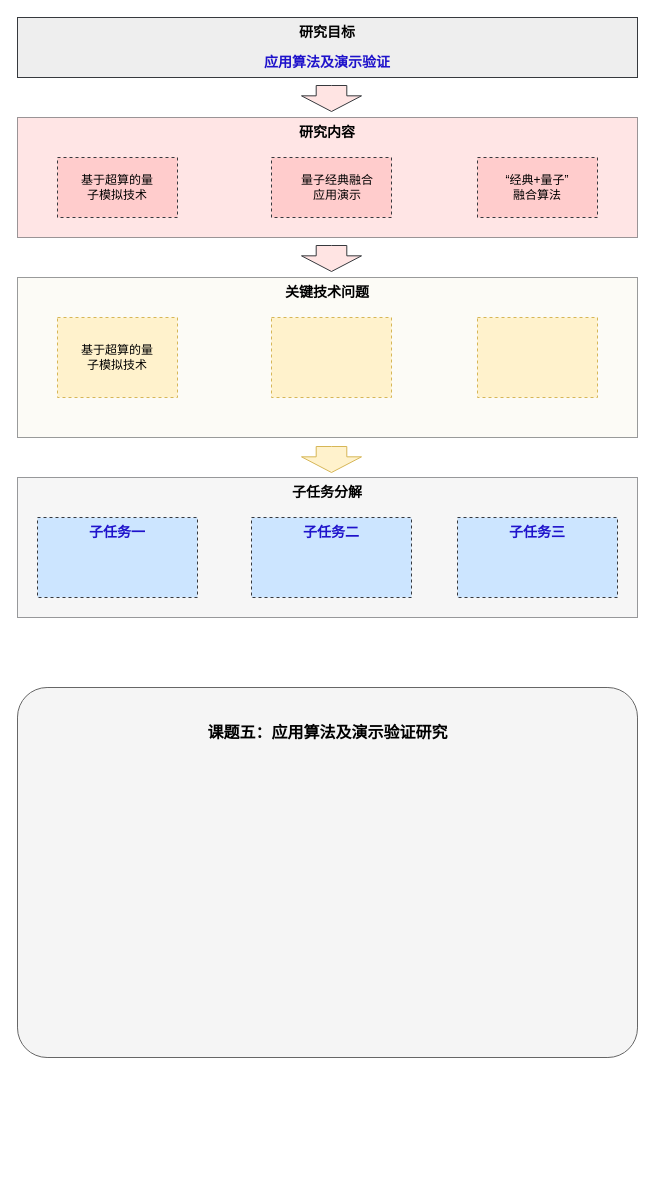
Earlier version of the draw.io diagram 应用算法和演示验证（复旦）.drawio (zhaohuiyang-yzh/quantum_simulation). Source tidied: cells renumbered, new cells numbered last; positions are measured from the earlier drawing's top-left corner, leaving out a move shared by most shapes. Both pictures are drawn from the tidied source at 100%, with x=0, y=0 at pixel (17, 17).
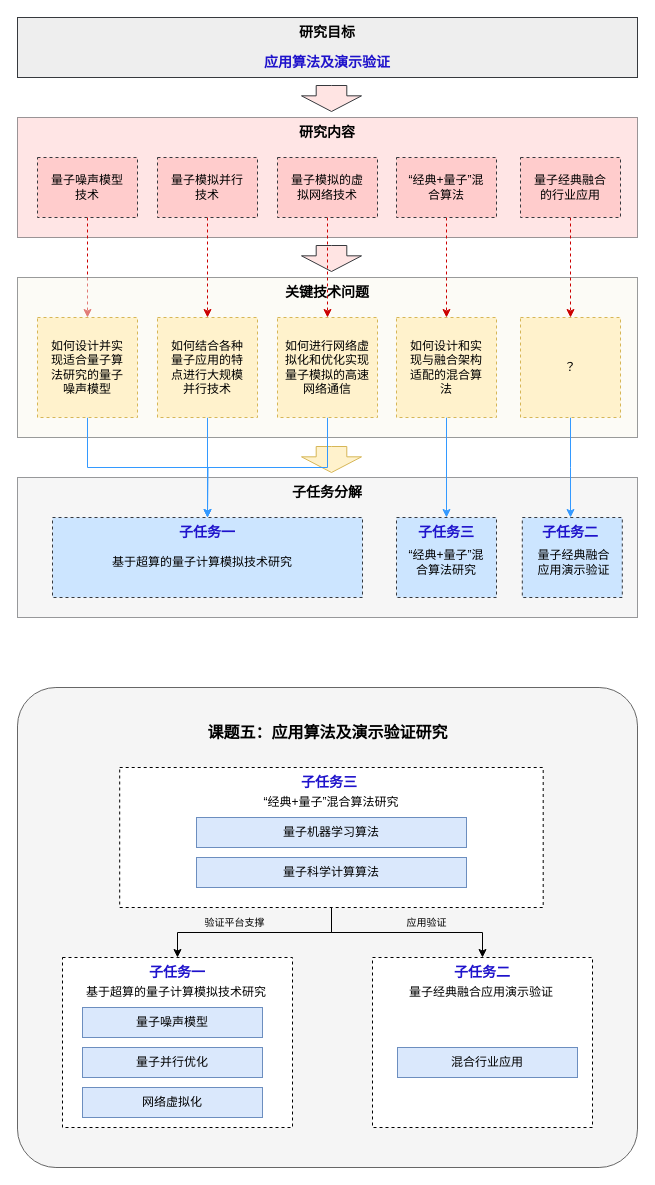
The same page after the edit.

Commit message (it also covers changes not shown here):
更新应用算法和演示验证（复旦）.drawio

Change to the diagram source:
```diff
@@
+    <mxCell id="32" style="edgeStyle=orthogonalEdgeStyle;rounded=0;jettySize=auto;html=1;entryX=0.5;entryY=0;entryDx=0;entryDy=0;dashed=1;strokeColor=#CC0000;" parent="1" edge="1" source="7" target="16">
+      <mxGeometry relative="1" as="geometry" />
+    </mxCell>
     <mxCell id="7" style="rounded=0;whiteSpace=wrap;html=1;dashed=1;fillColor=#ffcccc;strokeColor=#36393d;" parent="1" vertex="1">
-      <mxGeometry x="40" y="140" width="120" height="60" as="geometry" />
+      <mxGeometry x="20" y="140" width="100" height="60" as="geometry" />
     </mxCell>
-    <mxCell id="8" style="rounded=0;whiteSpace=wrap;html=1;dashed=1;fillColor=#ffcccc;strokeColor=#36393d;" parent="1" vertex="1">
-      <mxGeometry x="254" y="140" width="120" height="60" as="geometry" />
-    </mxCell>
-    <mxCell id="9" style="rounded=0;whiteSpace=wrap;html=1;dashed=1;fillColor=#ffcccc;strokeColor=#36393d;" parent="1" vertex="1">
-      <mxGeometry x="460" y="140" width="120" height="60" as="geometry" />
-    </mxCell>
-    <mxCell id="10" value="基于超算的量子模拟技术" style="text;html=1;align=center;verticalAlign=middle;whiteSpace=wrap;rounded=0;" parent="1" vertex="1">
-      <mxGeometry x="60" y="155" width="80" height="30" as="geometry" />
+    <mxCell id="10" value="量子噪声模型技术" style="text;html=1;align=center;verticalAlign=middle;whiteSpace=wrap;rounded=0;" parent="1" vertex="1">
+      <mxGeometry x="30" y="155" width="80" height="30" as="geometry" />
     </mxCell>
-    <mxCell id="11" value="量子经典融合应用演示" style="text;html=1;align=center;verticalAlign=middle;whiteSpace=wrap;rounded=0;" parent="1" vertex="1">
-      <mxGeometry x="280" y="155" width="80" height="30" as="geometry" />
-    </mxCell>
-    <mxCell id="12" value="“经典+量子” 融合算法" style="text;html=1;align=center;verticalAlign=middle;whiteSpace=wrap;rounded=0;" parent="1" vertex="1">
-      <mxGeometry x="480" y="155" width="80" height="30" as="geometry" />
-    </mxCell>
@@
+    <mxCell id="33" style="edgeStyle=orthogonalEdgeStyle;rounded=0;jettySize=auto;html=1;exitX=0.5;exitY=1;exitDx=0;exitDy=0;strokeColor=#3399FF;" parent="1" edge="1" source="16" target="27">
+      <mxGeometry relative="1" as="geometry" />
+    </mxCell>
     <mxCell id="16" style="rounded=0;whiteSpace=wrap;html=1;fillColor=#fff2cc;strokeColor=#d6b656;dashed=1;" parent="1" vertex="1">
-      <mxGeometry x="40" y="300" width="120" height="80" as="geometry" />
+      <mxGeometry x="20" y="300" width="100" height="100" as="geometry" />
     </mxCell>
-    <mxCell id="17" style="rounded=0;whiteSpace=wrap;html=1;fillColor=#fff2cc;strokeColor=#d6b656;dashed=1;" parent="1" vertex="1">
-      <mxGeometry x="254" y="300" width="120" height="80" as="geometry" />
-    </mxCell>
-    <mxCell id="18" style="rounded=0;whiteSpace=wrap;html=1;fillColor=#fff2cc;strokeColor=#d6b656;dashed=1;" parent="1" vertex="1">
-      <mxGeometry x="460" y="300" width="120" height="80" as="geometry" />
-    </mxCell>
@@
     <mxCell id="23" style="rounded=0;whiteSpace=wrap;html=1;fillColor=#cce5ff;strokeColor=#36393d;dashed=1;" parent="1" vertex="1">
-      <mxGeometry x="20" y="500" width="160" height="80" as="geometry" />
+      <mxGeometry x="35" y="500" width="310" height="80" as="geometry" />
     </mxCell>
     <mxCell id="24" style="rounded=0;whiteSpace=wrap;html=1;fillColor=#cce5ff;strokeColor=#36393d;dashed=1;" parent="1" vertex="1">
-      <mxGeometry x="234" y="500" width="160" height="80" as="geometry" />
+      <mxGeometry x="504.8" y="500" width="100" height="80" as="geometry" />
     </mxCell>
     <mxCell id="25" style="rounded=0;whiteSpace=wrap;html=1;fillColor=#cce5ff;strokeColor=#36393d;dashed=1;" parent="1" vertex="1">
-      <mxGeometry x="440" y="500" width="160" height="80" as="geometry" />
+      <mxGeometry x="379" y="500" width="100" height="80" as="geometry" />
     </mxCell>
-    <mxCell id="26" value="基于超算的量子模拟技术" style="text;html=1;align=center;verticalAlign=middle;whiteSpace=wrap;rounded=0;" parent="1" vertex="1">
-      <mxGeometry x="60" y="325" width="80" height="30" as="geometry" />
-    </mxCell>
     <mxCell id="27" value="&lt;span style=&quot;font-size: 14px;&quot;&gt;&lt;b&gt;&lt;font color=&quot;#1e12cb&quot;&gt;子任务一&lt;/font&gt;&lt;/b&gt;&lt;/span&gt;" style="text;html=1;align=center;verticalAlign=middle;whiteSpace=wrap;rounded=0;" parent="1" vertex="1">
-      <mxGeometry x="35" y="500" width="130" height="30" as="geometry" />
+      <mxGeometry x="125" y="500" width="130" height="30" as="geometry" />
     </mxCell>
     <mxCell id="28" value="&lt;span style=&quot;font-size: 14px;&quot;&gt;&lt;b&gt;&lt;font color=&quot;#1e12cb&quot;&gt;子任务二&lt;/font&gt;&lt;/b&gt;&lt;/span&gt;" style="text;html=1;align=center;verticalAlign=middle;whiteSpace=wrap;rounded=0;" parent="1" vertex="1">
-      <mxGeometry x="249" y="500" width="130" height="30" as="geometry" />
+      <mxGeometry x="491.2" y="500" width="123.5" height="30" as="geometry" />
     </mxCell>
     <mxCell id="29" value="&lt;span style=&quot;font-size: 14px;&quot;&gt;&lt;b&gt;&lt;font color=&quot;#1e12cb&quot;&gt;子任务三&lt;/font&gt;&lt;/b&gt;&lt;/span&gt;" style="text;html=1;align=center;verticalAlign=middle;whiteSpace=wrap;rounded=0;" parent="1" vertex="1">
-      <mxGeometry x="455" y="500" width="130" height="30" as="geometry" />
+      <mxGeometry x="364" y="500" width="130" height="30" as="geometry" />
     </mxCell>
     <mxCell id="30" style="rounded=1;whiteSpace=wrap;html=1;arcSize=8;fillColor=#f5f5f5;fontColor=#333333;strokeColor=#666666;" parent="1" vertex="1">
-      <mxGeometry y="670" width="620" height="370" as="geometry" />
+      <mxGeometry y="670" width="620" height="480" as="geometry" />
     </mxCell>
@@
+    <mxCell id="34" style="edgeStyle=orthogonalEdgeStyle;rounded=0;jettySize=auto;html=1;" parent="1" edge="1" source="36" target="41">
+      <mxGeometry relative="1" as="geometry" />
+    </mxCell>
+    <mxCell id="35" style="edgeStyle=orthogonalEdgeStyle;rounded=0;jettySize=auto;html=1;" parent="1" edge="1" source="36" target="40">
+      <mxGeometry relative="1" as="geometry" />
+    </mxCell>
+    <mxCell id="36" style="rounded=0;whiteSpace=wrap;html=1;dashed=1;" parent="1" vertex="1">
+      <mxGeometry x="102.2" y="750" width="423.5" height="140" as="geometry" />
+    </mxCell>
+    <mxCell id="37" style="rounded=0;whiteSpace=wrap;html=1;dashed=1;" parent="1" vertex="1">
+      <mxGeometry x="45" y="940" width="230" height="170" as="geometry" />
+    </mxCell>
+    <mxCell id="38" style="rounded=0;whiteSpace=wrap;html=1;dashed=1;" parent="1" vertex="1">
+      <mxGeometry x="355" y="940" width="220" height="170" as="geometry" />
+    </mxCell>
+    <mxCell id="39" value="&lt;span style=&quot;font-size: 14px;&quot;&gt;&lt;b&gt;&lt;font color=&quot;#1e12cb&quot;&gt;子任务三&lt;/font&gt;&lt;/b&gt;&lt;/span&gt;" style="text;html=1;align=center;verticalAlign=middle;whiteSpace=wrap;rounded=0;" parent="1" vertex="1">
+      <mxGeometry x="247.2" y="750" width="130" height="30" as="geometry" />
+    </mxCell>
+    <mxCell id="40" value="&lt;span style=&quot;font-size: 14px;&quot;&gt;&lt;b&gt;&lt;font color=&quot;#1e12cb&quot;&gt;子任务二&lt;/font&gt;&lt;/b&gt;&lt;/span&gt;" style="text;html=1;align=center;verticalAlign=middle;whiteSpace=wrap;rounded=0;" parent="1" vertex="1">
+      <mxGeometry x="400" y="940" width="130" height="30" as="geometry" />
+    </mxCell>
+    <mxCell id="41" value="&lt;span style=&quot;font-size: 14px;&quot;&gt;&lt;b&gt;&lt;font color=&quot;#1e12cb&quot;&gt;子任务一&lt;/font&gt;&lt;/b&gt;&lt;/span&gt;" style="text;html=1;align=center;verticalAlign=middle;whiteSpace=wrap;rounded=0;" parent="1" vertex="1">
+      <mxGeometry x="95" y="940" width="130" height="30" as="geometry" />
+    </mxCell>
+    <mxCell id="42" value="量子机器学习算法" style="rounded=0;whiteSpace=wrap;html=1;fillColor=#dae8fc;strokeColor=#6c8ebf;" parent="1" vertex="1">
+      <mxGeometry x="179" y="800" width="270" height="30" as="geometry" />
+    </mxCell>
+    <mxCell id="43" value="量子噪声模型" style="rounded=0;whiteSpace=wrap;html=1;fillColor=#dae8fc;strokeColor=#6c8ebf;" parent="1" vertex="1">
+      <mxGeometry x="65" y="990" width="180" height="30" as="geometry" />
+    </mxCell>
+    <mxCell id="44" value="量子并行优化" style="rounded=0;whiteSpace=wrap;html=1;fillColor=#dae8fc;strokeColor=#6c8ebf;" parent="1" vertex="1">
+      <mxGeometry x="65" y="1030" width="180" height="30" as="geometry" />
+    </mxCell>
+    <mxCell id="45" value="&lt;span style=&quot;font-weight: normal;&quot;&gt;网络虚拟化&lt;/span&gt;" style="rounded=0;whiteSpace=wrap;html=1;fontStyle=1;fillColor=#dae8fc;strokeColor=#6c8ebf;" parent="1" vertex="1">
+      <mxGeometry x="65" y="1070" width="180" height="30" as="geometry" />
+    </mxCell>
+    <mxCell id="46" value="“经典+量子”混合算法研究" style="text;html=1;align=center;verticalAlign=middle;whiteSpace=wrap;rounded=0;" parent="1" vertex="1">
+      <mxGeometry x="229" y="770" width="170" height="30" as="geometry" />
+    </mxCell>
+    <mxCell id="47" value="基于超算的量子计算模拟技术研究" style="text;html=1;align=center;verticalAlign=middle;whiteSpace=wrap;rounded=0;" parent="1" vertex="1">
+      <mxGeometry x="64" y="960" width="190" height="30" as="geometry" />
+    </mxCell>
+    <mxCell id="48" value="量子经典融合应用演示验证" style="text;html=1;align=center;verticalAlign=middle;whiteSpace=wrap;rounded=0;" parent="1" vertex="1">
+      <mxGeometry x="369" y="960" width="190" height="30" as="geometry" />
+    </mxCell>
+    <mxCell id="49" value="如何设计并实现适合量子算法研究的量子噪声模型" style="text;html=1;align=center;verticalAlign=middle;whiteSpace=wrap;rounded=0;" parent="1" vertex="1">
+      <mxGeometry x="30" y="317.5" width="80" height="65" as="geometry" />
+    </mxCell>
+    <mxCell id="50" style="edgeStyle=orthogonalEdgeStyle;rounded=0;jettySize=auto;html=1;exitX=0.5;exitY=1;exitDx=0;exitDy=0;entryX=0.5;entryY=0;entryDx=0;entryDy=0;dashed=1;strokeColor=#CC0000;" parent="1" edge="1" source="51" target="54">
+      <mxGeometry relative="1" as="geometry" />
+    </mxCell>
+    <mxCell id="51" style="rounded=0;whiteSpace=wrap;html=1;dashed=1;fillColor=#ffcccc;strokeColor=#36393d;" parent="1" vertex="1">
+      <mxGeometry x="140" y="140" width="100" height="60" as="geometry" />
+    </mxCell>
+    <mxCell id="52" value="量子模拟并行技术" style="text;html=1;align=center;verticalAlign=middle;whiteSpace=wrap;rounded=0;" parent="1" vertex="1">
+      <mxGeometry x="150" y="155" width="80" height="30" as="geometry" />
+    </mxCell>
+    <mxCell id="53" style="edgeStyle=orthogonalEdgeStyle;rounded=0;jettySize=auto;html=1;entryX=0.5;entryY=0;entryDx=0;entryDy=0;strokeColor=#3399FF;" parent="1" edge="1" source="54" target="27">
+      <mxGeometry relative="1" as="geometry" />
+    </mxCell>
+    <mxCell id="54" style="rounded=0;whiteSpace=wrap;html=1;fillColor=#fff2cc;strokeColor=#d6b656;dashed=1;" parent="1" vertex="1">
+      <mxGeometry x="140" y="300" width="100" height="100" as="geometry" />
+    </mxCell>
+    <mxCell id="55" value="如何结合各种量子应用的特点进行大规模并行技术" style="text;html=1;align=center;verticalAlign=middle;whiteSpace=wrap;rounded=0;" parent="1" vertex="1">
+      <mxGeometry x="150" y="317.5" width="80" height="65" as="geometry" />
+    </mxCell>
+    <mxCell id="56" style="edgeStyle=orthogonalEdgeStyle;rounded=0;jettySize=auto;html=1;exitX=0.5;exitY=1;exitDx=0;exitDy=0;entryX=0.5;entryY=0;entryDx=0;entryDy=0;dashed=1;strokeColor=#CC0000;" parent="1" edge="1" source="57" target="60">
+      <mxGeometry relative="1" as="geometry" />
+    </mxCell>
+    <mxCell id="57" style="rounded=0;whiteSpace=wrap;html=1;dashed=1;fillColor=#ffcccc;strokeColor=#36393d;" parent="1" vertex="1">
+      <mxGeometry x="260" y="140" width="100" height="60" as="geometry" />
+    </mxCell>
+    <mxCell id="58" value="量子模拟的虚拟网络技术" style="text;html=1;align=center;verticalAlign=middle;whiteSpace=wrap;rounded=0;" parent="1" vertex="1">
+      <mxGeometry x="270" y="155" width="80" height="30" as="geometry" />
+    </mxCell>
+    <mxCell id="59" style="edgeStyle=orthogonalEdgeStyle;rounded=0;jettySize=auto;html=1;exitX=0.5;exitY=1;exitDx=0;exitDy=0;strokeColor=#3399FF;" parent="1" edge="1" source="60">
+      <mxGeometry relative="1" as="geometry">
+        <mxPoint x="190" y="500" as="targetPoint" />
+      </mxGeometry>
+    </mxCell>
+    <mxCell id="60" style="rounded=0;whiteSpace=wrap;html=1;fillColor=#fff2cc;strokeColor=#d6b656;dashed=1;" parent="1" vertex="1">
+      <mxGeometry x="260" y="300" width="100" height="100" as="geometry" />
+    </mxCell>
+    <mxCell id="61" value="如何进行网络虚拟化和优化实现量子模拟的高速网络通信" style="text;html=1;align=center;verticalAlign=middle;whiteSpace=wrap;rounded=0;" parent="1" vertex="1">
+      <mxGeometry x="265" y="317.5" width="90" height="65" as="geometry" />
+    </mxCell>
+    <mxCell id="62" style="edgeStyle=orthogonalEdgeStyle;rounded=0;jettySize=auto;html=1;exitX=0.5;exitY=1;exitDx=0;exitDy=0;dashed=1;strokeColor=#CC0000;" parent="1" edge="1" source="63" target="66">
+      <mxGeometry relative="1" as="geometry" />
+    </mxCell>
+    <mxCell id="63" style="rounded=0;whiteSpace=wrap;html=1;dashed=1;fillColor=#ffcccc;strokeColor=#36393d;" parent="1" vertex="1">
+      <mxGeometry x="379" y="140" width="100" height="60" as="geometry" />
+    </mxCell>
+    <mxCell id="64" value="“经典+量子”混合算法" style="text;html=1;align=center;verticalAlign=middle;whiteSpace=wrap;rounded=0;" parent="1" vertex="1">
+      <mxGeometry x="389" y="155" width="80" height="30" as="geometry" />
+    </mxCell>
+    <mxCell id="65" style="edgeStyle=orthogonalEdgeStyle;rounded=0;jettySize=auto;html=1;strokeColor=#3399FF;" parent="1" edge="1" source="66" target="29">
+      <mxGeometry relative="1" as="geometry" />
+    </mxCell>
+    <mxCell id="66" style="rounded=0;whiteSpace=wrap;html=1;fillColor=#fff2cc;strokeColor=#d6b656;dashed=1;" parent="1" vertex="1">
+      <mxGeometry x="379" y="300" width="100" height="100" as="geometry" />
+    </mxCell>
+    <mxCell id="67" value="如何设计和实现与融合架构适配的混合算法" style="text;html=1;align=center;verticalAlign=middle;whiteSpace=wrap;rounded=0;" parent="1" vertex="1">
+      <mxGeometry x="389" y="317.5" width="80" height="65" as="geometry" />
+    </mxCell>
+    <mxCell id="68" style="edgeStyle=orthogonalEdgeStyle;rounded=0;jettySize=auto;html=1;exitX=0.5;exitY=1;exitDx=0;exitDy=0;entryX=0.5;entryY=0;entryDx=0;entryDy=0;dashed=1;strokeColor=#CC0000;" parent="1" edge="1" source="69" target="72">
+      <mxGeometry relative="1" as="geometry" />
+    </mxCell>
+    <mxCell id="69" style="rounded=0;whiteSpace=wrap;html=1;dashed=1;fillColor=#ffcccc;strokeColor=#36393d;" parent="1" vertex="1">
+      <mxGeometry x="503" y="140" width="100" height="60" as="geometry" />
+    </mxCell>
+    <mxCell id="70" value="量子经典融合的行业应用" style="text;html=1;align=center;verticalAlign=middle;whiteSpace=wrap;rounded=0;" parent="1" vertex="1">
+      <mxGeometry x="513" y="155" width="80" height="30" as="geometry" />
+    </mxCell>
+    <mxCell id="71" style="edgeStyle=orthogonalEdgeStyle;rounded=0;jettySize=auto;html=1;strokeColor=#3399FF;" parent="1" edge="1" source="72" target="28">
+      <mxGeometry relative="1" as="geometry" />
+    </mxCell>
+    <mxCell id="72" style="rounded=0;whiteSpace=wrap;html=1;fillColor=#fff2cc;strokeColor=#d6b656;dashed=1;" parent="1" vertex="1">
+      <mxGeometry x="503" y="300" width="100" height="100" as="geometry" />
+    </mxCell>
+    <mxCell id="73" value="？" style="text;html=1;align=center;verticalAlign=middle;whiteSpace=wrap;rounded=0;" parent="1" vertex="1">
+      <mxGeometry x="513" y="317.5" width="80" height="65" as="geometry" />
+    </mxCell>
+    <mxCell id="74" value="基于超算的量子计算模拟技术研究" style="text;html=1;align=center;verticalAlign=middle;whiteSpace=wrap;rounded=0;" parent="1" vertex="1">
+      <mxGeometry x="90" y="530" width="190" height="30" as="geometry" />
+    </mxCell>
+    <mxCell id="75" value="量子经典融合应用演示验证" style="text;html=1;align=center;verticalAlign=middle;whiteSpace=wrap;rounded=0;" parent="1" vertex="1">
+      <mxGeometry x="513.8" y="530" width="85" height="30" as="geometry" />
+    </mxCell>
+    <mxCell id="76" value="“经典+量子”混合算法研究" style="text;html=1;align=center;verticalAlign=middle;whiteSpace=wrap;rounded=0;" parent="1" vertex="1">
+      <mxGeometry x="389" y="530" width="80" height="30" as="geometry" />
+    </mxCell>
+    <mxCell id="77" value="量子科学计算算法" style="rounded=0;whiteSpace=wrap;html=1;fillColor=#dae8fc;strokeColor=#6c8ebf;" parent="1" vertex="1">
+      <mxGeometry x="179" y="840" width="270" height="30" as="geometry" />
+    </mxCell>
+    <mxCell id="78" value="混合行业应用" style="rounded=0;whiteSpace=wrap;html=1;fillColor=#dae8fc;strokeColor=#6c8ebf;" parent="1" vertex="1">
+      <mxGeometry x="380" y="1030" width="180" height="30" as="geometry" />
+    </mxCell>
+    <mxCell id="79" value="&lt;font style=&quot;font-size: 10px;&quot;&gt;验证平台支撑&lt;/font&gt;" style="text;html=1;align=center;verticalAlign=middle;whiteSpace=wrap;rounded=0;" parent="1" vertex="1">
+      <mxGeometry x="175" y="890" width="85" height="30" as="geometry" />
+    </mxCell>
+    <mxCell id="80" value="&lt;font style=&quot;font-size: 10px;&quot;&gt;应用验证&lt;/font&gt;" style="text;html=1;align=center;verticalAlign=middle;whiteSpace=wrap;rounded=0;" parent="1" vertex="1">
+      <mxGeometry x="379" y="890" width="61" height="30" as="geometry" />
+    </mxCell>
```
